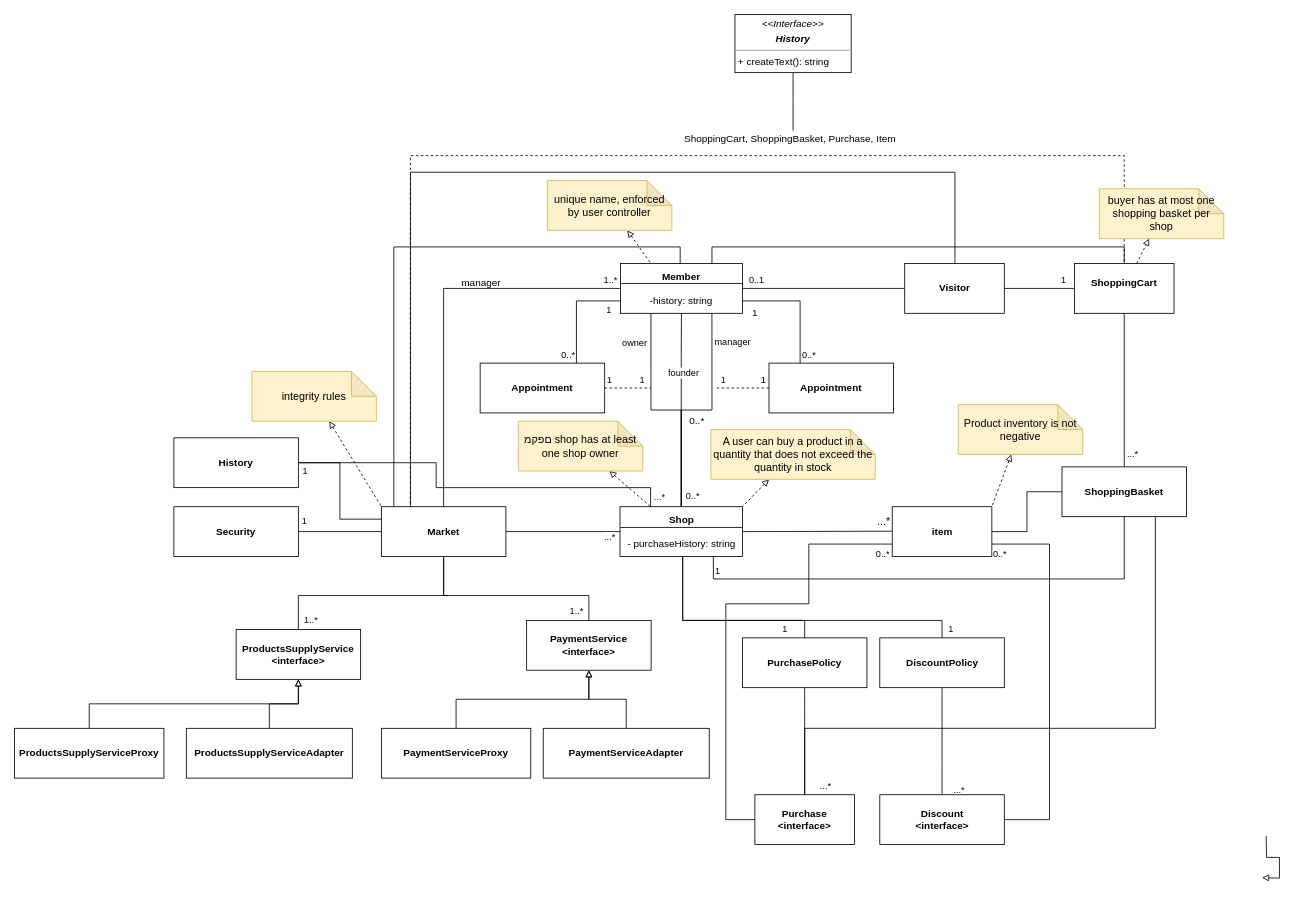
Before: Documents/whiteDiagram.drawio in AyalaBadash/market_2022, a draw.io diagram. Source tidied: cells renumbered, new cells numbered last; positions are measured from the earlier drawing's top-left corner, leaving out a move shared by most shapes. Both pictures are drawn from the tidied source at 83%, with x=0, y=0 at pixel (14, 14).
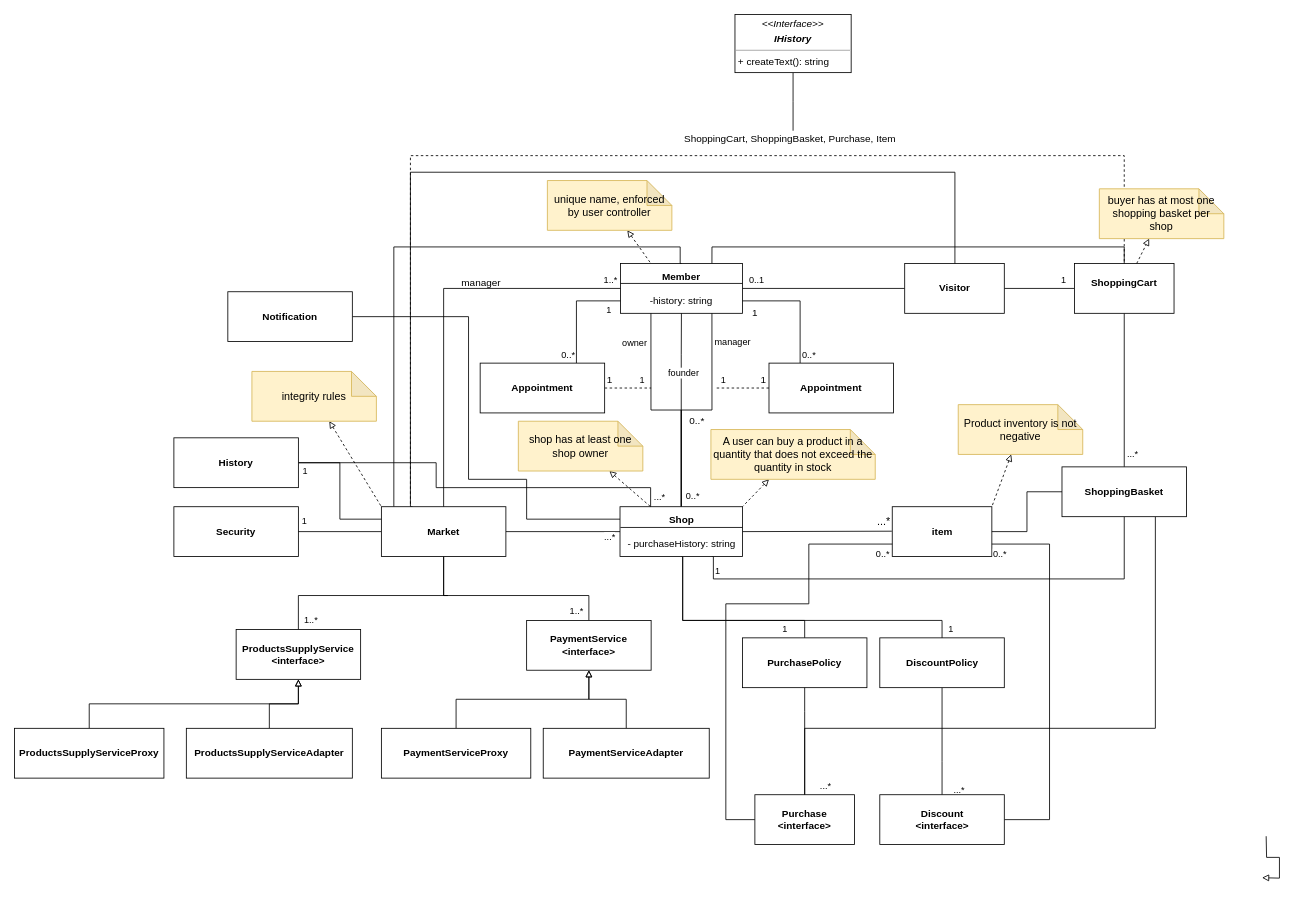
The same diagram, later.

Commit message (it also covers changes not shown here):
glossary updated and use cases

Unchanged cells that the change refers to:
```xml
<mxCell id="39" value="&lt;b&gt;Shop&lt;/b&gt;&lt;br&gt;&lt;br&gt;- purchaseHistory: string" style="rounded=0;whiteSpace=wrap;html=1;" parent="1" vertex="1">
  <mxGeometry x="729.5" y="593" width="147.5" height="60" as="geometry" />
</mxCell>
```

The edit, as a diff of the source:
```diff
@@
-    <mxCell id="58" value="םפקמ shop has at least one shop owner" style="shape=note;whiteSpace=wrap;html=1;backgroundOutline=1;darkOpacity=0.05;fontSize=13;fillColor=#fff2cc;strokeColor=#d6b656;" parent="1" vertex="1">
+    <mxCell id="58" value="shop has at least one shop owner" style="shape=note;whiteSpace=wrap;html=1;backgroundOutline=1;darkOpacity=0.05;fontSize=13;fillColor=#fff2cc;strokeColor=#d6b656;" parent="1" vertex="1">
       <mxGeometry x="607" y="490" width="150" height="60" as="geometry" />
     </mxCell>
@@
-    <mxCell id="81" value="&lt;p style=&quot;margin: 0px ; margin-top: 4px ; text-align: center&quot;&gt;&lt;i&gt;&amp;lt;&amp;lt;Interface&amp;gt;&amp;gt;&lt;/i&gt;&lt;/p&gt;&lt;p style=&quot;margin: 0px ; margin-top: 4px ; text-align: center&quot;&gt;&lt;i&gt;&lt;b&gt;History&lt;/b&gt;&lt;/i&gt;&lt;/p&gt;&lt;hr size=&quot;1&quot;&gt;&lt;p style=&quot;margin: 0px ; margin-left: 4px&quot;&gt;+ createText(): string&lt;br&gt;&lt;/p&gt;" style="verticalAlign=top;align=left;overflow=fill;fontSize=12;fontFamily=Helvetica;html=1;" parent="1" vertex="1">
+    <mxCell id="81" value="&lt;p style=&quot;margin: 0px ; margin-top: 4px ; text-align: center&quot;&gt;&lt;i&gt;&amp;lt;&amp;lt;Interface&amp;gt;&amp;gt;&lt;/i&gt;&lt;/p&gt;&lt;p style=&quot;margin: 0px ; margin-top: 4px ; text-align: center&quot;&gt;&lt;i&gt;&lt;b&gt;IHistory&lt;/b&gt;&lt;/i&gt;&lt;/p&gt;&lt;hr size=&quot;1&quot;&gt;&lt;p style=&quot;margin: 0px ; margin-left: 4px&quot;&gt;+ createText(): string&lt;br&gt;&lt;/p&gt;" style="verticalAlign=top;align=left;overflow=fill;fontSize=12;fontFamily=Helvetica;html=1;" parent="1" vertex="1">
       <mxGeometry x="868" width="140" height="70" as="geometry" />
     </mxCell>
@@
+    <mxCell id="86" style="edgeStyle=orthogonalEdgeStyle;rounded=0;jettySize=auto;html=1;entryX=0;entryY=0.25;entryDx=0;entryDy=0;endArrow=none;endFill=0;" parent="1" edge="1" source="87" target="39">
+      <mxGeometry relative="1" as="geometry">
+        <Array as="points">
+          <mxPoint x="547" y="364" />
+          <mxPoint x="547" y="560" />
+          <mxPoint x="617" y="560" />
+          <mxPoint x="617" y="608" />
+        </Array>
+      </mxGeometry>
+    </mxCell>
+    <mxCell id="87" value="&lt;span style=&quot;font-weight: 700&quot;&gt;Notification&lt;/span&gt;" style="rounded=0;whiteSpace=wrap;html=1;" parent="1" vertex="1">
+      <mxGeometry x="257" y="334" width="150" height="60" as="geometry" />
+    </mxCell>
```
